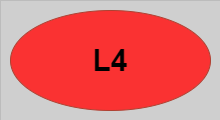
ready-to-release/eac keeps this draw.io diagram as docs/assets/testing/legend-L4.drawio.png. Above is the earlier version. Source tidied: cells renumbered, new cells last; positions are measured from the earlier drawing's top-left corner, leaving out a move shared by most shapes. Its diagram source:
```xml
<mxGraphModel background="#CFCFCF">
  <root>
    <mxCell id="0" />
    <mxCell id="1" parent="0" />
    <mxCell id="2" style="group;strokeColor=#616161;dashed=1;dashPattern=12 12;strokeWidth=0;" parent="1" vertex="1">
      <mxGeometry width="220" height="120" as="geometry" />
    </mxCell>
    <mxCell id="3" value="&lt;b&gt;&lt;font style=&quot;font-size: 30px;&quot;&gt;L4&lt;/font&gt;&lt;/b&gt;" style="ellipse;whiteSpace=wrap;html=1;fillColor=#FA3232;strokeColor=#ae4132;" parent="1" vertex="1">
      <mxGeometry x="10" y="10" width="200" height="100" as="geometry" />
    </mxCell>
  </root>
</mxGraphModel>
```
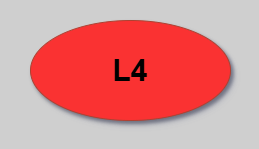
After the commit.

Diff of the diagram source:
```diff
@@ -1,12 +1,12 @@
-<mxGraphModel background="#CFCFCF">
+<mxGraphModel background="#CFCFCF" shadow="1">
   <root>
     <mxCell id="0" />
     <mxCell id="1" parent="0" />
-    <mxCell id="2" style="group;strokeColor=#616161;dashed=1;dashPattern=12 12;strokeWidth=0;" parent="1" vertex="1">
-      <mxGeometry width="220" height="120" as="geometry" />
-    </mxCell>
-    <mxCell id="3" value="&lt;b&gt;&lt;font style=&quot;font-size: 30px;&quot;&gt;L4&lt;/font&gt;&lt;/b&gt;" style="ellipse;whiteSpace=wrap;html=1;fillColor=#FA3232;strokeColor=#ae4132;" parent="1" vertex="1">
+    <mxCell id="3" value="&lt;b&gt;&lt;font style=&quot;font-size: 30px;&quot;&gt;L4&lt;/font&gt;&lt;/b&gt;" style="ellipse;whiteSpace=wrap;html=1;fillColor=#FA3232;strokeColor=#ae4132;shadow=1;" parent="1" vertex="1">
       <mxGeometry x="10" y="10" width="200" height="100" as="geometry" />
     </mxCell>
+    <mxCell id="4" style="rounded=0;strokeColor=none;fillColor=none;" parent="1" vertex="1">
+      <mxGeometry x="-20" y="-10" width="248" height="138" as="geometry" />
+    </mxCell>
   </root>
 </mxGraphModel>
```
